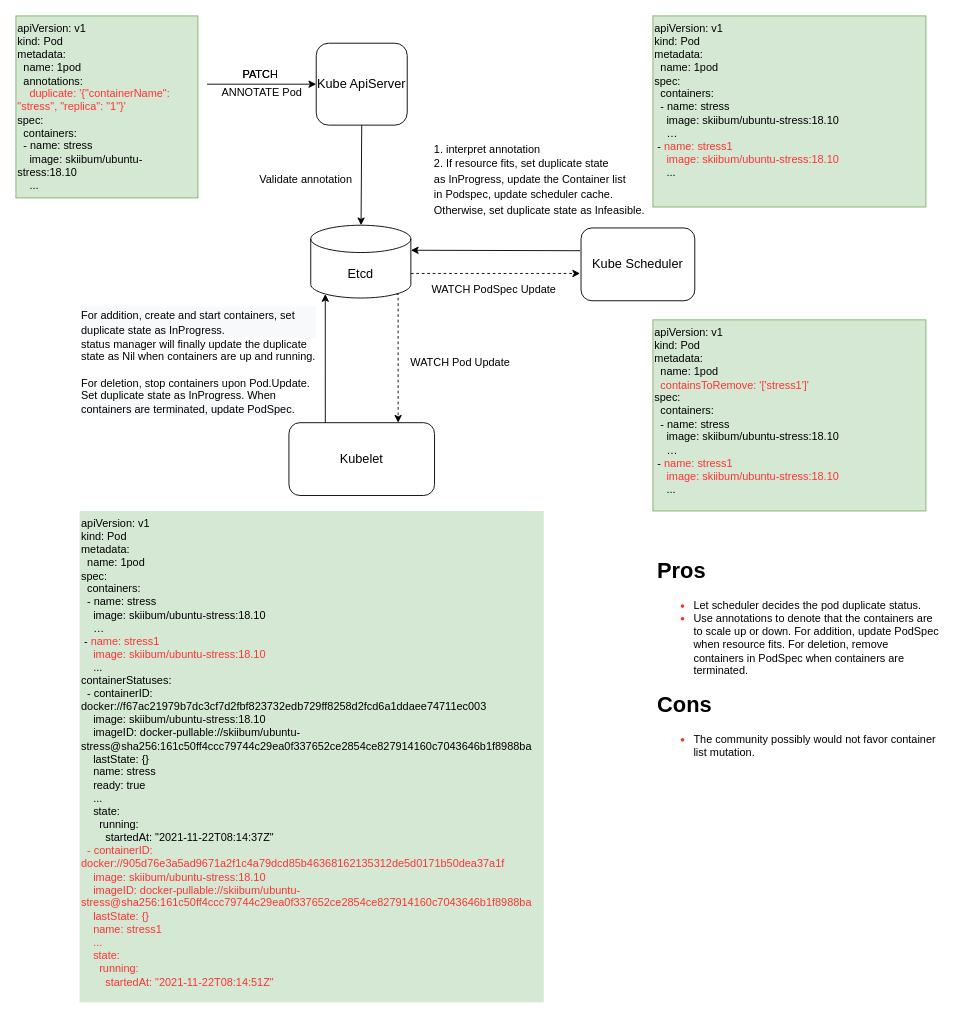
ichbinblau/OTC_Work_Log keeps this draw.io diagram as page "annotation" (2 of 4) of Untitled Diagram.drawio. Above is the earlier version. Source tidied: cells renumbered, new cells numbered last; positions are measured from the earlier drawing's top-left corner, leaving out a move shared by most shapes. Both pictures are drawn from the tidied source at 91%, with x=0, y=0 at pixel (15, 15).
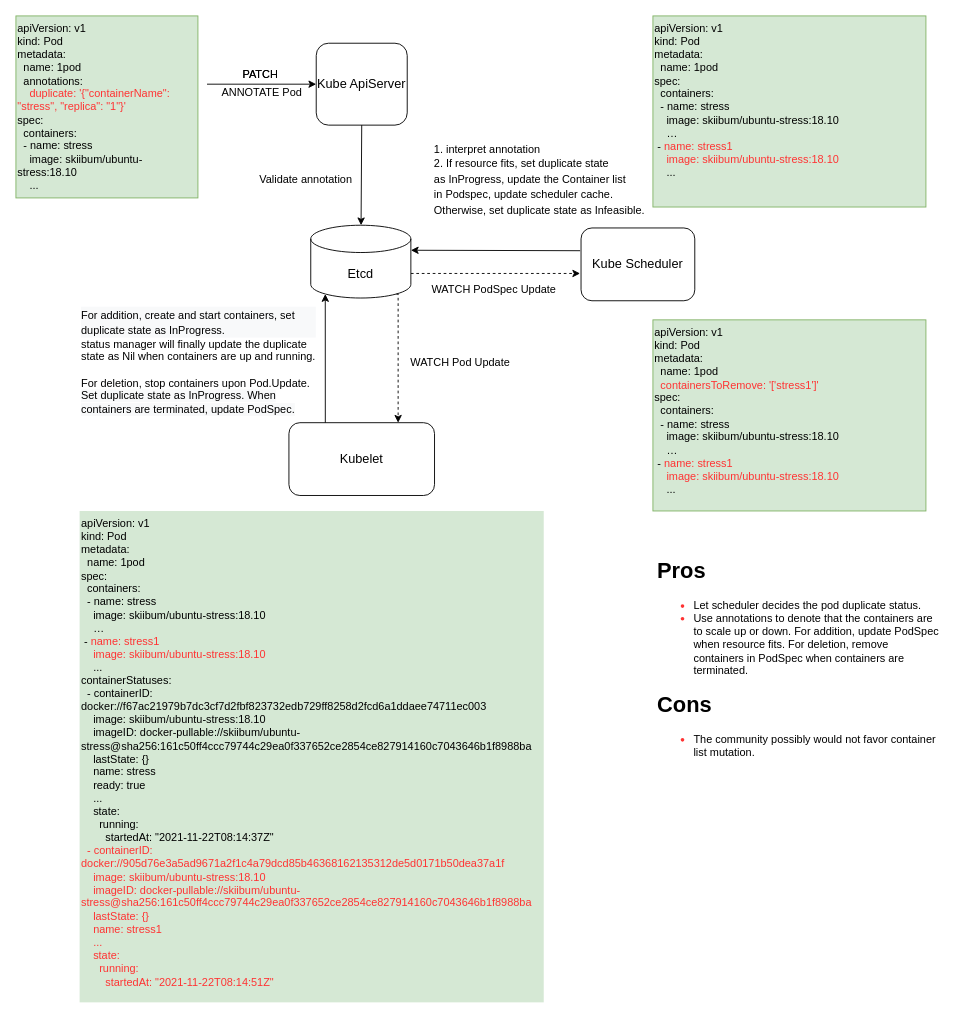
The same page after the edit.

Change to the diagram source:
```diff
@@
-    <mxCell id="23" value="apiVersion: v1&lt;br&gt;kind: Pod&lt;br&gt;metadata:&lt;br&gt;&amp;nbsp; name: 1pod&lt;br&gt;&lt;font color=&quot;#ff3333&quot;&gt;&amp;nbsp; containsToRemove: '['stress1']'&lt;br&gt;&lt;/font&gt;spec:&lt;br&gt;&amp;nbsp; containers:&lt;br&gt;&amp;nbsp; - name: stress&lt;br&gt;&amp;nbsp; &amp;nbsp; image: skiibum/ubuntu-stress:18.10&lt;br&gt;&amp;nbsp; &amp;nbsp; …&lt;br&gt;&amp;nbsp;- &lt;font color=&quot;#ff3333&quot;&gt;name: stress1&lt;br&gt;&amp;nbsp; &amp;nbsp; image: skiibum/ubuntu-stress:18.10&lt;/font&gt;&lt;br&gt;&amp;nbsp; &amp;nbsp; ..." style="text;whiteSpace=wrap;html=1;fontSize=12;fontFamily=Helvetica;fillColor=#d5e8d4;strokeColor=#82b366;" parent="1" vertex="1">
+    <mxCell id="23" value="apiVersion: v1&lt;br&gt;kind: Pod&lt;br&gt;metadata:&lt;br&gt;&amp;nbsp; name: 1pod&lt;br&gt;&lt;font color=&quot;#ff3333&quot;&gt;&amp;nbsp; containersToRemove: '['stress1']'&lt;br&gt;&lt;/font&gt;spec:&lt;br&gt;&amp;nbsp; containers:&lt;br&gt;&amp;nbsp; - name: stress&lt;br&gt;&amp;nbsp; &amp;nbsp; image: skiibum/ubuntu-stress:18.10&lt;br&gt;&amp;nbsp; &amp;nbsp; …&lt;br&gt;&amp;nbsp;- &lt;font color=&quot;#ff3333&quot;&gt;name: stress1&lt;br&gt;&amp;nbsp; &amp;nbsp; image: skiibum/ubuntu-stress:18.10&lt;/font&gt;&lt;br&gt;&amp;nbsp; &amp;nbsp; ..." style="text;whiteSpace=wrap;html=1;fontSize=12;fontFamily=Helvetica;fillColor=#d5e8d4;strokeColor=#82b366;" parent="1" vertex="1">
       <mxGeometry x="700" y="334" width="300" height="210" as="geometry" />
     </mxCell>
```
